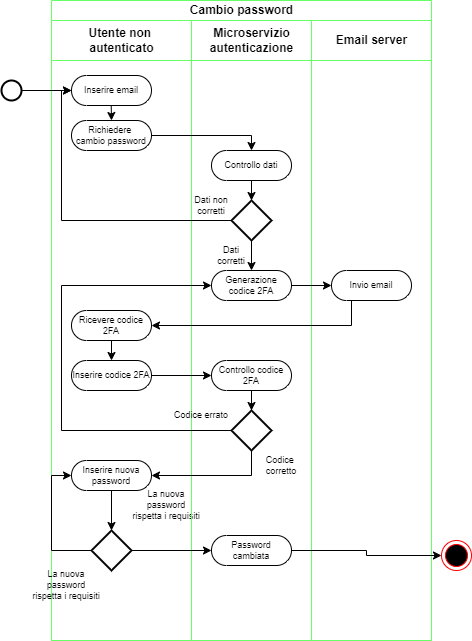
The draw.io diagram second-deliverable/images/password_change_swimlane.drawio.png in IS-FixMi/Documentation-Source, before a commit. Source tidied: cells renumbered, new cells last; positions are measured from the earlier drawing's top-left corner, leaving out a move shared by most shapes.
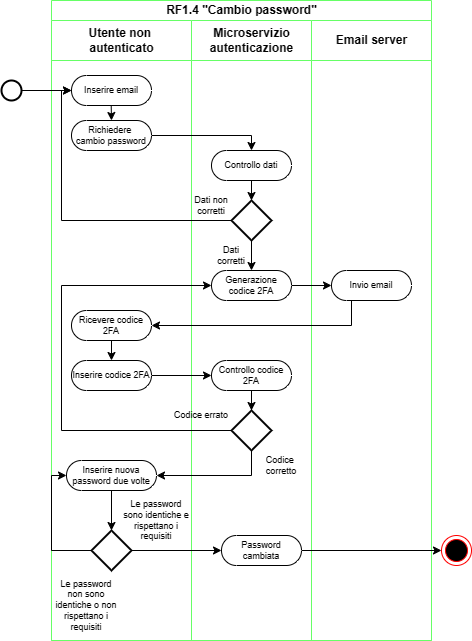
The same file after the commit.

What changed in the source:
```diff
@@ -2,7 +2,7 @@
   <root>
     <mxCell id="0" />
     <mxCell id="1" parent="0" />
-    <mxCell id="2" value="Cambio password" style="swimlane;startSize=20;html=1;fontSize=12;strokeColor=#66FF66;" parent="1" vertex="1">
+    <mxCell id="2" value="RF1.4 &quot;Cambio password&quot;" style="swimlane;startSize=20;html=1;fontSize=12;strokeColor=#66FF66;" parent="1" vertex="1">
       <mxGeometry x="50" width="380" height="640" as="geometry" />
     </mxCell>
     <mxCell id="3" value="Utente non&amp;nbsp;&lt;br&gt;autenticato" style="swimlane;startSize=40;html=1;strokeColor=#66FF66;" parent="2" vertex="1">
@@ -29,8 +29,8 @@
     <mxCell id="9" style="endArrow=classic;html=1;rounded=0;exitX=0.5;exitY=0.5;exitDx=0;exitDy=15;exitPerimeter=0;entryX=0.5;entryY=0.5;entryDx=0;entryDy=-15;entryPerimeter=0;" parent="3" edge="1" source="8" target="7">
       <mxGeometry relative="1" as="geometry" />
     </mxCell>
-    <mxCell id="10" value="Inserire nuova password" style="html=1;dashed=0;whiteSpace=wrap;shape=mxgraph.dfd.start;fontSize=9;" parent="3" vertex="1">
-      <mxGeometry x="20" y="440" width="80" height="30" as="geometry" />
+    <mxCell id="10" value="Inserire nuova password due volte" style="html=1;dashed=0;whiteSpace=wrap;shape=mxgraph.dfd.start;fontSize=9;" parent="3" vertex="1">
+      <mxGeometry x="15" y="440" width="90" height="30" as="geometry" />
     </mxCell>
     <mxCell id="11" style="strokeWidth=2;html=1;shape=mxgraph.flowchart.decision;whiteSpace=wrap;" parent="3" vertex="1">
       <mxGeometry x="40" y="510" width="40" height="40" as="geometry" />
@@ -38,8 +38,8 @@
     <mxCell id="12" style="endArrow=classic;html=1;rounded=0;exitX=0.5;exitY=0.5;exitDx=0;exitDy=15;exitPerimeter=0;entryX=0.5;entryY=0;entryDx=0;entryDy=0;entryPerimeter=0;" parent="3" edge="1" source="10" target="11">
       <mxGeometry relative="1" as="geometry" />
     </mxCell>
-    <mxCell id="13" value="La nuova password rispetta i requisiti" style="text;html=1;strokeColor=none;fillColor=none;align=center;verticalAlign=middle;whiteSpace=wrap;rounded=0;fontSize=9;" parent="3" vertex="1">
-      <mxGeometry x="80" y="470" width="70" height="30" as="geometry" />
+    <mxCell id="13" value="Le password sono identiche e rispettano i requisiti" style="text;html=1;strokeColor=none;fillColor=none;align=center;verticalAlign=middle;whiteSpace=wrap;rounded=0;fontSize=9;" parent="3" vertex="1">
+      <mxGeometry x="70" y="485" width="70" height="30" as="geometry" />
     </mxCell>
     <mxCell id="14" style="endArrow=classic;html=1;rounded=0;exitX=0;exitY=0.5;exitDx=0;exitDy=0;exitPerimeter=0;entryX=0;entryY=0.5;entryDx=0;entryDy=0;entryPerimeter=0;" parent="3" edge="1" source="11" target="10">
       <mxGeometry relative="1" as="geometry">
@@ -49,8 +49,8 @@
         </Array>
       </mxGeometry>
     </mxCell>
-    <mxCell id="15" value="La nuova password rispetta i requisiti" style="text;html=1;strokeColor=none;fillColor=none;align=center;verticalAlign=middle;whiteSpace=wrap;rounded=0;fontSize=9;" parent="3" vertex="1">
-      <mxGeometry x="-20" y="550" width="70" height="30" as="geometry" />
+    <mxCell id="15" value="Le password non sono identiche o non rispettano i requisiti" style="text;html=1;strokeColor=none;fillColor=none;align=center;verticalAlign=middle;whiteSpace=wrap;rounded=0;fontSize=9;" parent="3" vertex="1">
+      <mxGeometry y="570" width="70" height="30" as="geometry" />
     </mxCell>
     <mxCell id="16" value="Microservizio&lt;br&gt;autenticazione" style="swimlane;startSize=40;html=1;strokeColor=#66FF66;" parent="2" vertex="1">
       <mxGeometry x="140" y="20" width="120" height="620" as="geometry" />
@@ -100,7 +100,7 @@
       <mxGeometry x="60" y="430" width="60" height="30" as="geometry" />
     </mxCell>
     <mxCell id="30" value="Password cambiata" style="html=1;dashed=0;whiteSpace=wrap;shape=mxgraph.dfd.start;fontSize=9;" parent="16" vertex="1">
-      <mxGeometry x="20" y="515" width="80" height="30" as="geometry" />
+      <mxGeometry x="30" y="515" width="80" height="30" as="geometry" />
     </mxCell>
     <mxCell id="31" value="Email server" style="swimlane;startSize=40;html=1;strokeColor=#66FF66;" parent="2" vertex="1">
       <mxGeometry x="260" y="20" width="120" height="620" as="geometry" />
@@ -153,7 +153,7 @@
       <mxGeometry relative="1" as="geometry" />
     </mxCell>
     <mxCell id="42" style="ellipse;html=1;shape=endState;fillColor=#000000;strokeColor=#ff0000;" parent="1" vertex="1">
-      <mxGeometry x="440" y="540" width="30" height="30" as="geometry" />
+      <mxGeometry x="440" y="535" width="30" height="30" as="geometry" />
     </mxCell>
     <mxCell id="43" style="edgeStyle=orthogonalEdgeStyle;rounded=0;jettySize=auto;html=1;entryX=0;entryY=0.5;entryDx=0;entryDy=0;" parent="1" edge="1" source="30" target="42">
       <mxGeometry relative="1" as="geometry" />
```
